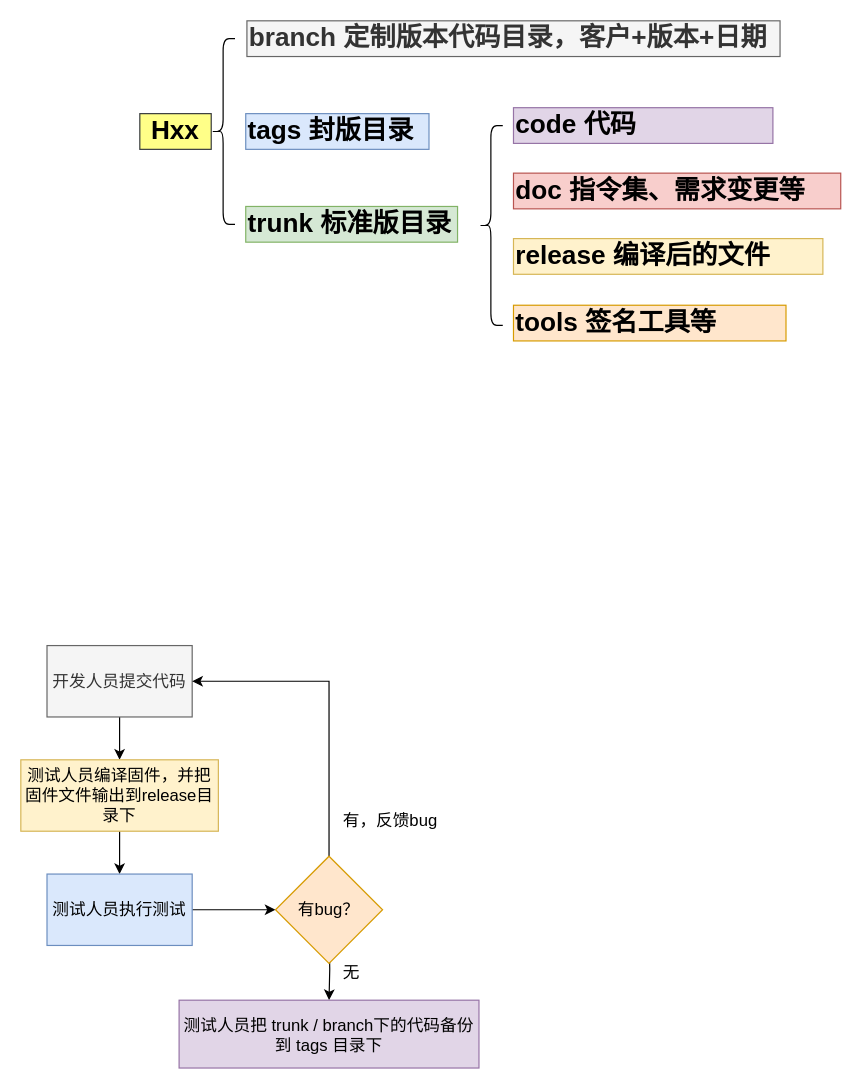
Before: eppCompileFlowchart.drawio in yesiya/EppFlowchart, a draw.io diagram. Source tidied: cells renumbered, new cells numbered last; positions are measured from the earlier drawing's top-left corner, leaving out a move shared by most shapes. Both pictures are drawn from the tidied source at 119%, with x=0, y=0 at pixel (20, 20).
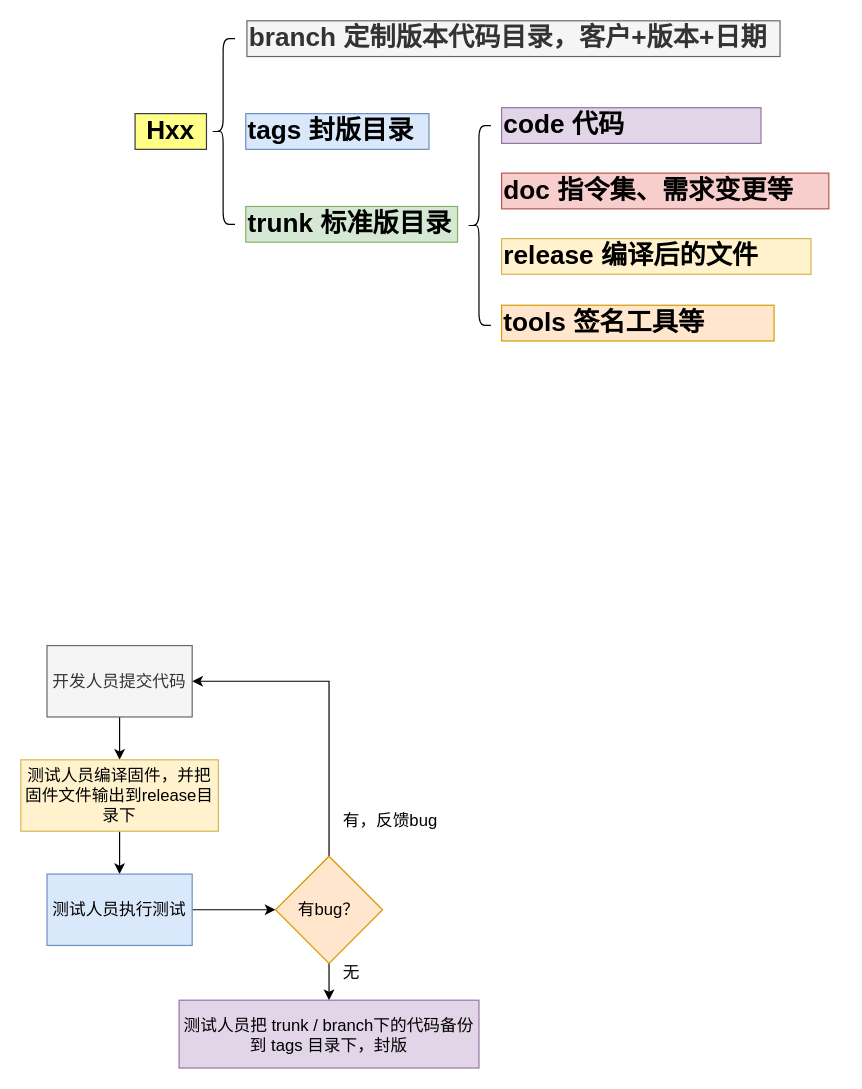
After the change.

Unchanged cells that the change refers to:
```xml
<mxCell id="20" value="有bug？" style="rhombus;whiteSpace=wrap;html=1;fontSize=14;align=center;fillColor=#ffe6cc;strokeColor=#d79b00;" parent="1" vertex="1">
  <mxGeometry x="214" y="702" width="90" height="90" as="geometry" />
</mxCell>
```

What changed in the source:
```diff
@@
     <mxCell id="2" value="Hxx" style="rounded=0;whiteSpace=wrap;html=1;fontSize=22;verticalAlign=middle;align=center;fontStyle=1;fillColor=#ffff88;strokeColor=#36393d;" parent="1" vertex="1">
-      <mxGeometry x="100" y="78" width="60" height="30" as="geometry" />
+      <mxGeometry x="96" y="78" width="60" height="30" as="geometry" />
     </mxCell>
@@
     <mxCell id="7" style="shape=curlyBracket;whiteSpace=wrap;html=1;rounded=1;fontSize=22;fontStyle=1;fillColor=none;" parent="1" vertex="1">
-      <mxGeometry x="385" y="88" width="20" height="168" as="geometry" />
+      <mxGeometry x="375" y="88" width="20" height="168" as="geometry" />
     </mxCell>
     <mxCell id="8" value="code 代码&lt;br&gt;" style="rounded=0;whiteSpace=wrap;html=1;strokeColor=#9673a6;fontSize=22;verticalAlign=middle;align=left;fontStyle=1;fillColor=#e1d5e7;" parent="1" vertex="1">
-      <mxGeometry x="414" y="73" width="218" height="30" as="geometry" />
+      <mxGeometry x="404" y="73" width="218" height="30" as="geometry" />
     </mxCell>
     <mxCell id="9" value="doc&amp;nbsp;&lt;span&gt;指令集、需求变更等&lt;/span&gt;" style="rounded=0;whiteSpace=wrap;html=1;strokeColor=#b85450;fontSize=22;verticalAlign=middle;align=left;fontStyle=1;fillColor=#f8cecc;" parent="1" vertex="1">
-      <mxGeometry x="414" y="128" width="275" height="30" as="geometry" />
+      <mxGeometry x="404" y="128" width="275" height="30" as="geometry" />
     </mxCell>
     <mxCell id="10" value="release 编译&lt;span&gt;后的文件&lt;/span&gt;" style="rounded=0;whiteSpace=wrap;html=1;strokeColor=#d6b656;fontSize=22;verticalAlign=middle;align=left;fontStyle=1;fillColor=#fff2cc;" parent="1" vertex="1">
-      <mxGeometry x="414" y="183" width="260" height="30" as="geometry" />
+      <mxGeometry x="404" y="183" width="260" height="30" as="geometry" />
     </mxCell>
     <mxCell id="11" value="tools&amp;nbsp;&lt;span&gt;签名工具等&lt;/span&gt;" style="rounded=0;whiteSpace=wrap;html=1;strokeColor=#d79b00;fontSize=22;verticalAlign=middle;align=left;fontStyle=1;fillColor=#ffe6cc;" parent="1" vertex="1">
-      <mxGeometry x="414" y="239" width="229" height="30" as="geometry" />
+      <mxGeometry x="404" y="239" width="229" height="30" as="geometry" />
     </mxCell>
@@
-    <mxCell id="19" style="edgeStyle=orthogonalEdgeStyle;rounded=0;jettySize=auto;html=1;fontSize=14;" parent="1" edge="1" target="22">
-      <mxGeometry relative="1" as="geometry">
-        <mxPoint x="259.1" y="769.9" as="sourcePoint" />
-      </mxGeometry>
-    </mxCell>
+    <mxCell id="24" style="edgeStyle=none;rounded=0;jettySize=auto;html=1;exitX=0.5;exitY=1;exitDx=0;exitDy=0;entryX=0.5;entryY=0;entryDx=0;entryDy=0;fontSize=14;" parent="1" edge="1" source="20" target="22">
+      <mxGeometry relative="1" as="geometry" />
+    </mxCell>
@@
-    <mxCell id="22" value="测试人员把 trunk / branch下的代码备份到 tags 目录下" style="rounded=0;whiteSpace=wrap;html=1;fontSize=14;align=center;fillColor=#e1d5e7;strokeColor=#9673a6;" parent="1" vertex="1">
+    <mxCell id="22" value="测试人员把 trunk / branch下的代码备份到 tags 目录下，封版" style="rounded=0;whiteSpace=wrap;html=1;fontSize=14;align=center;fillColor=#e1d5e7;strokeColor=#9673a6;" parent="1" vertex="1">
       <mxGeometry x="133" y="823" width="252" height="57" as="geometry" />
     </mxCell>
```
